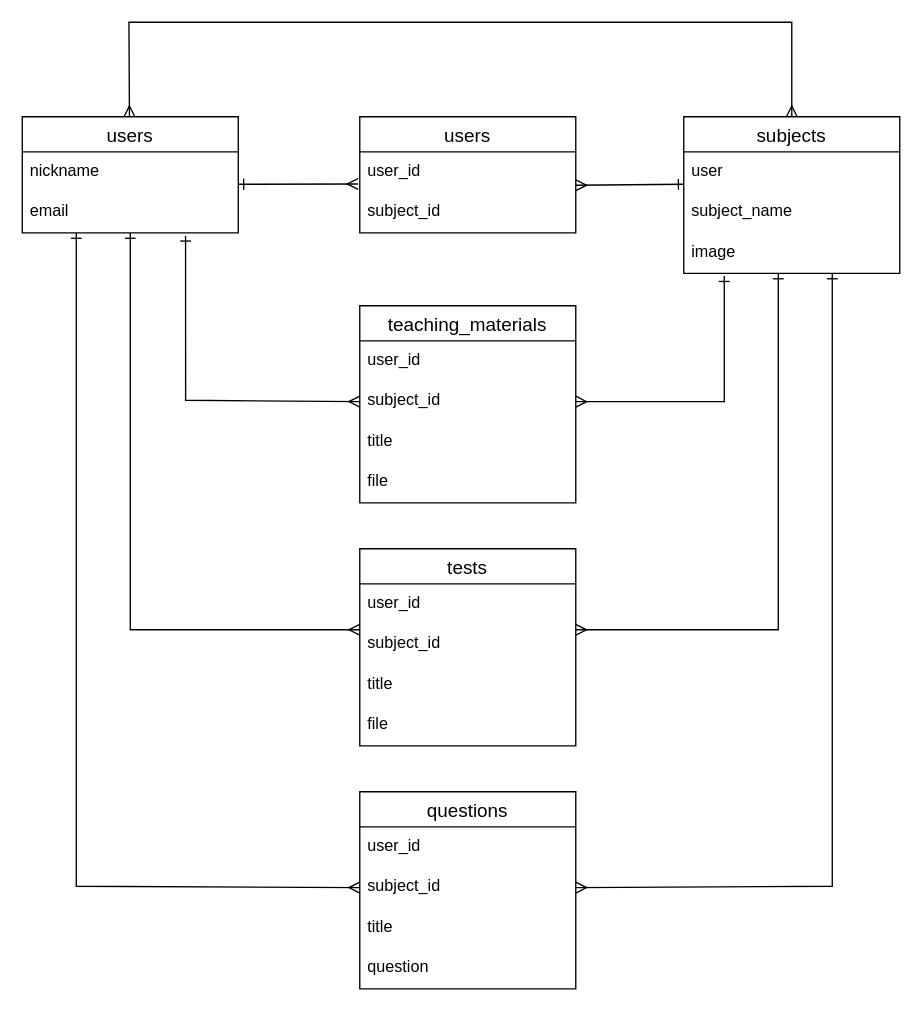
Before: agri.dio in yuyunaginagi/agri-40237, a draw.io diagram. Source tidied: cells renumbered, new cells numbered last; positions are measured from the earlier drawing's top-left corner, leaving out a move shared by most shapes. Both pictures are drawn from the tidied source at 135%, with x=0, y=0 at pixel (22, 22).
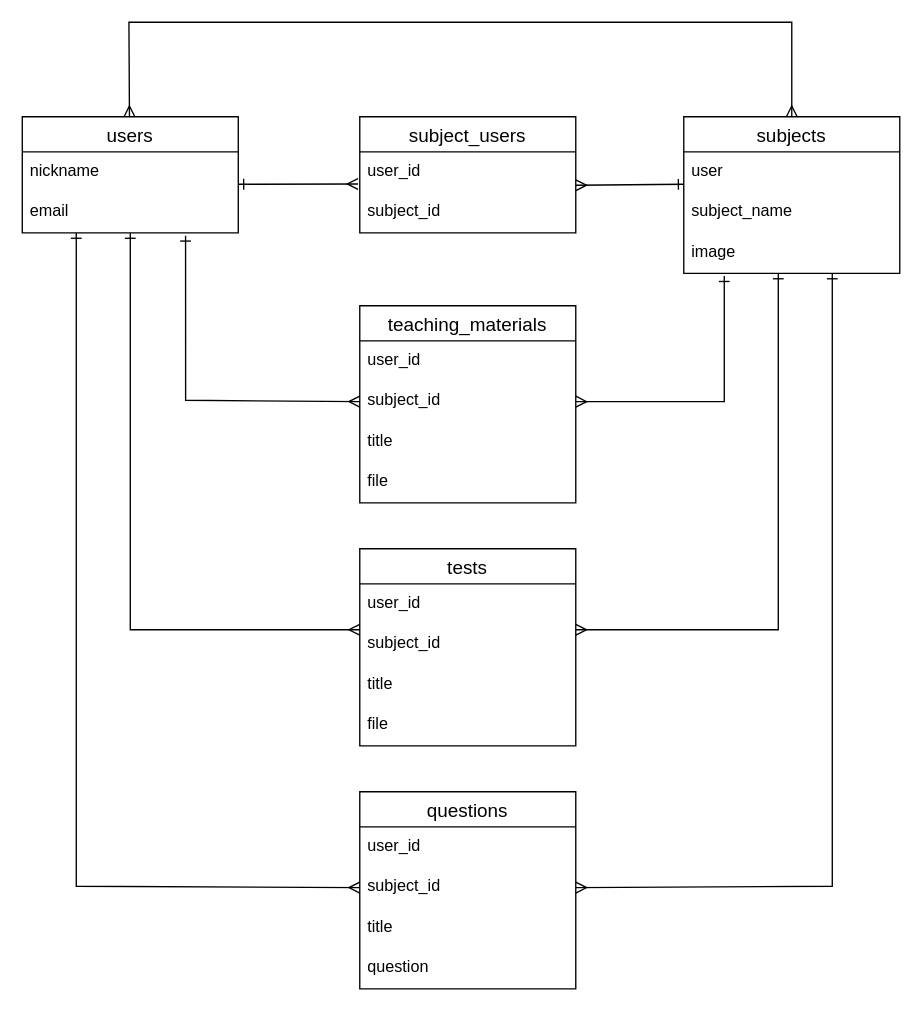
The same diagram, later.

Diff of the diagram source:
```diff
@@
-    <mxCell id="10" value="users" style="swimlane;fontStyle=0;horizontal=1;startSize=26;align=center;fontSize=14;" parent="1" vertex="1">
+    <mxCell id="10" value="subject_users" style="swimlane;fontStyle=0;horizontal=1;startSize=26;align=center;fontSize=14;" parent="1" vertex="1">
       <mxGeometry x="250" y="70" width="160" height="86" as="geometry" />
     </mxCell>
```
